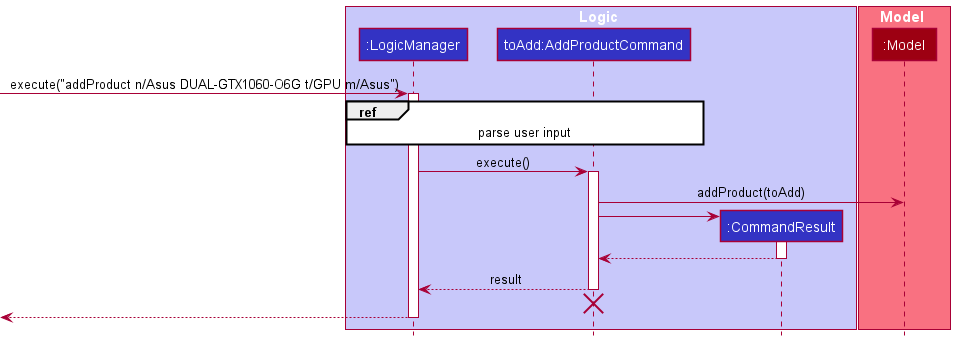
Earlier version of the PlantUML export docs/images/product/AddProductSequenceDiagram.png (ooawagaeri/tp).
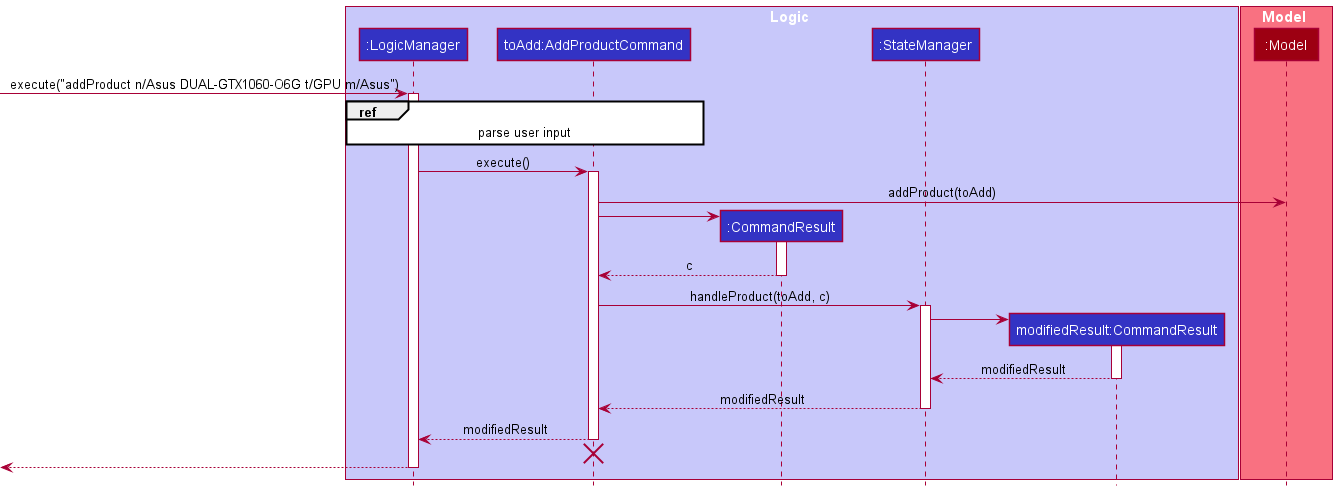
The same diagram one commit later.

Change to the diagram source:
```diff
@@ -5,6 +5,8 @@
 participant ":LogicManager" as LogicManager LOGIC_COLOR
 participant "toAdd:AddProductCommand" as AddProductCommand LOGIC_COLOR
 participant ":CommandResult" as CommandResult LOGIC_COLOR
+participant ":StateManager" as StateManager LOGIC_COLOR
+participant "modifiedResult:CommandResult" as CommandResult2 LOGIC_COLOR
 end box
 
 box Model MODEL_COLOR_T1
@@ -24,10 +26,23 @@
 AddProductCommand -> CommandResult
 activate CommandResult
 
-CommandResult --> AddProductCommand
+CommandResult --> AddProductCommand : c
 deactivate CommandResult
 
-AddProductCommand --> LogicManager : result
+AddProductCommand -> StateManager : handleProduct(toAdd, c)
+activate StateManager
+
+create CommandResult2
+StateManager -> CommandResult2
+activate CommandResult2
+
+CommandResult2 --> StateManager : modifiedResult
+deactivate CommandResult2
+
+StateManager --> AddProductCommand : modifiedResult
+deactivate StateManager
+
+AddProductCommand --> LogicManager : modifiedResult
 deactivate AddProductCommand
 
 AddProductCommand -[hidden]-> LogicManager
```
